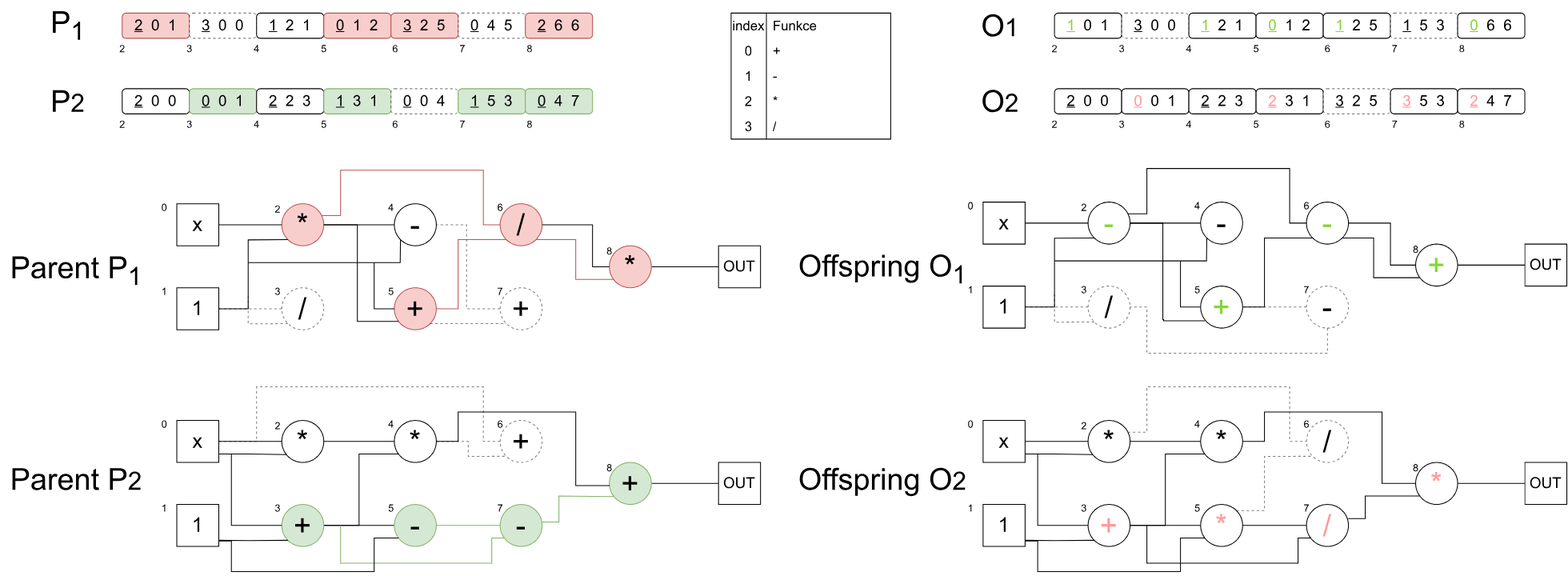
The draw.io diagram Algorithm2_presentation.svg in stnpkln/Bc_CGP_recombination, before a commit. Source tidied: cells renumbered, new cells last; positions are measured from the earlier drawing's top-left corner, leaving out a move shared by most shapes.
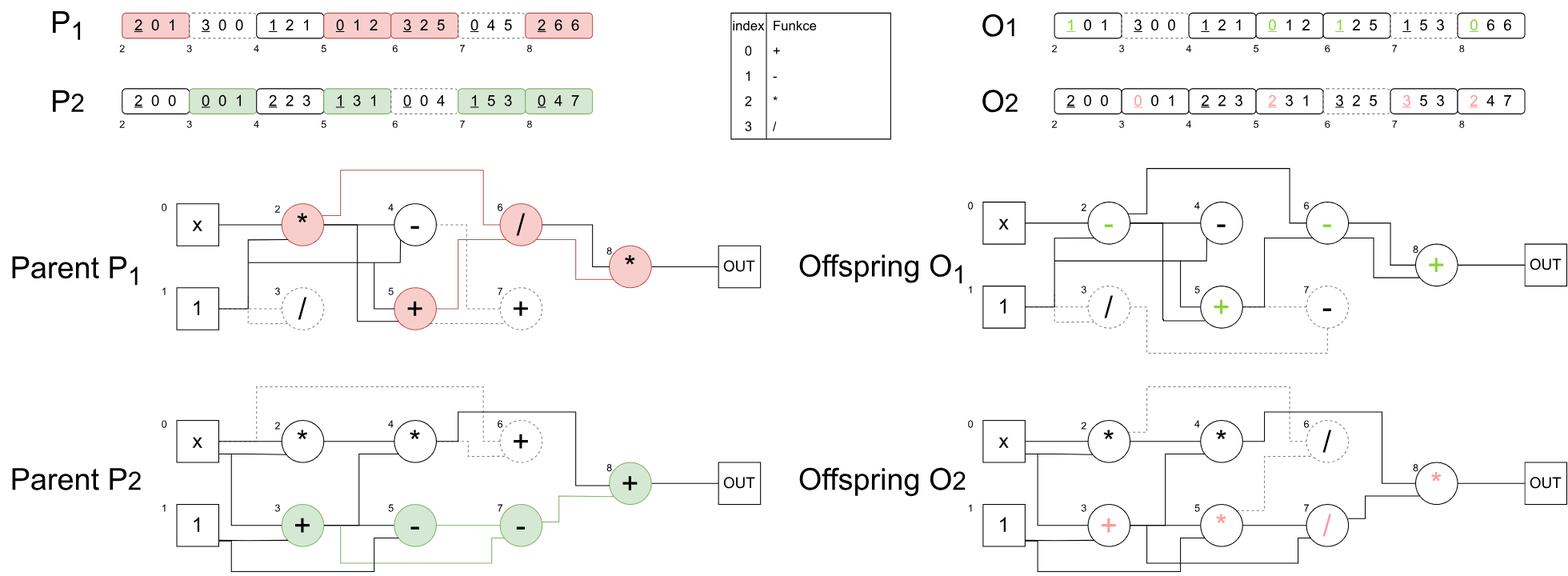
The same file after the commit.

What changed in the source:
```diff
@@ -797,7 +797,7 @@
     <mxCell id="189" value="&lt;font style=&quot;font-size: 18px;&quot;&gt;&lt;u&gt;3&lt;/u&gt;&amp;nbsp; 0&amp;nbsp; 0&lt;/font&gt;" style="rounded=1;whiteSpace=wrap;html=1;dashed=1;opacity=50;" parent="1" vertex="1">
       <mxGeometry x="1335" y="15" width="80" height="30" as="geometry" />
     </mxCell>
-    <mxCell id="190" value="&lt;font style=&quot;font-size: 18px;&quot;&gt;&lt;font color=&quot;#85d534&quot;&gt;&lt;u style=&quot;&quot;&gt;1&lt;/u&gt;&amp;nbsp;&lt;/font&gt; 2&amp;nbsp; 1&lt;/font&gt;" style="rounded=1;whiteSpace=wrap;html=1;" parent="1" vertex="1">
+    <mxCell id="190" value="&lt;font style=&quot;font-size: 18px;&quot;&gt;&lt;u style=&quot;&quot;&gt;1&lt;/u&gt;&amp;nbsp; 2&amp;nbsp; 1&lt;/font&gt;" style="rounded=1;whiteSpace=wrap;html=1;" parent="1" vertex="1">
       <mxGeometry x="1415" y="15" width="80" height="30" as="geometry" />
     </mxCell>
     <mxCell id="191" value="2" style="text;html=1;align=center;verticalAlign=middle;strokeColor=none;fillColor=none;" parent="1" vertex="1">
```
